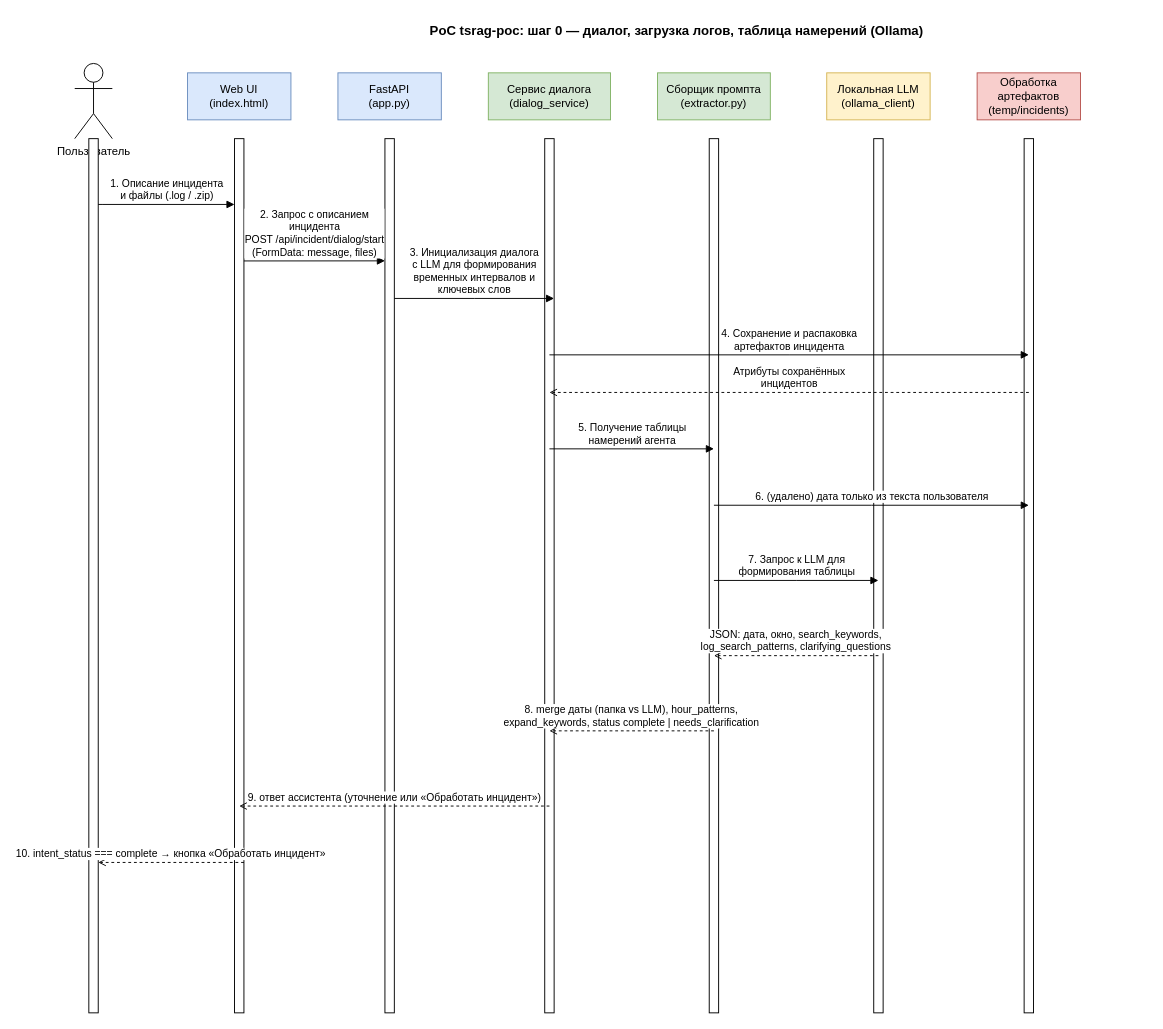
The draw.io diagram page "Шаг 0 — Диалог и intent table" (1 of 4) of docs/tsrag-poc-sequence.drawio in pillhunt/tsrag-poc, before the edit. Source tidied: cells renumbered, new cells numbered last; positions are measured from the earlier drawing's top-left corner, leaving out a move shared by most shapes. Both pictures are drawn from the tidied source at 94%, with x=0, y=0 at pixel (74, -186).
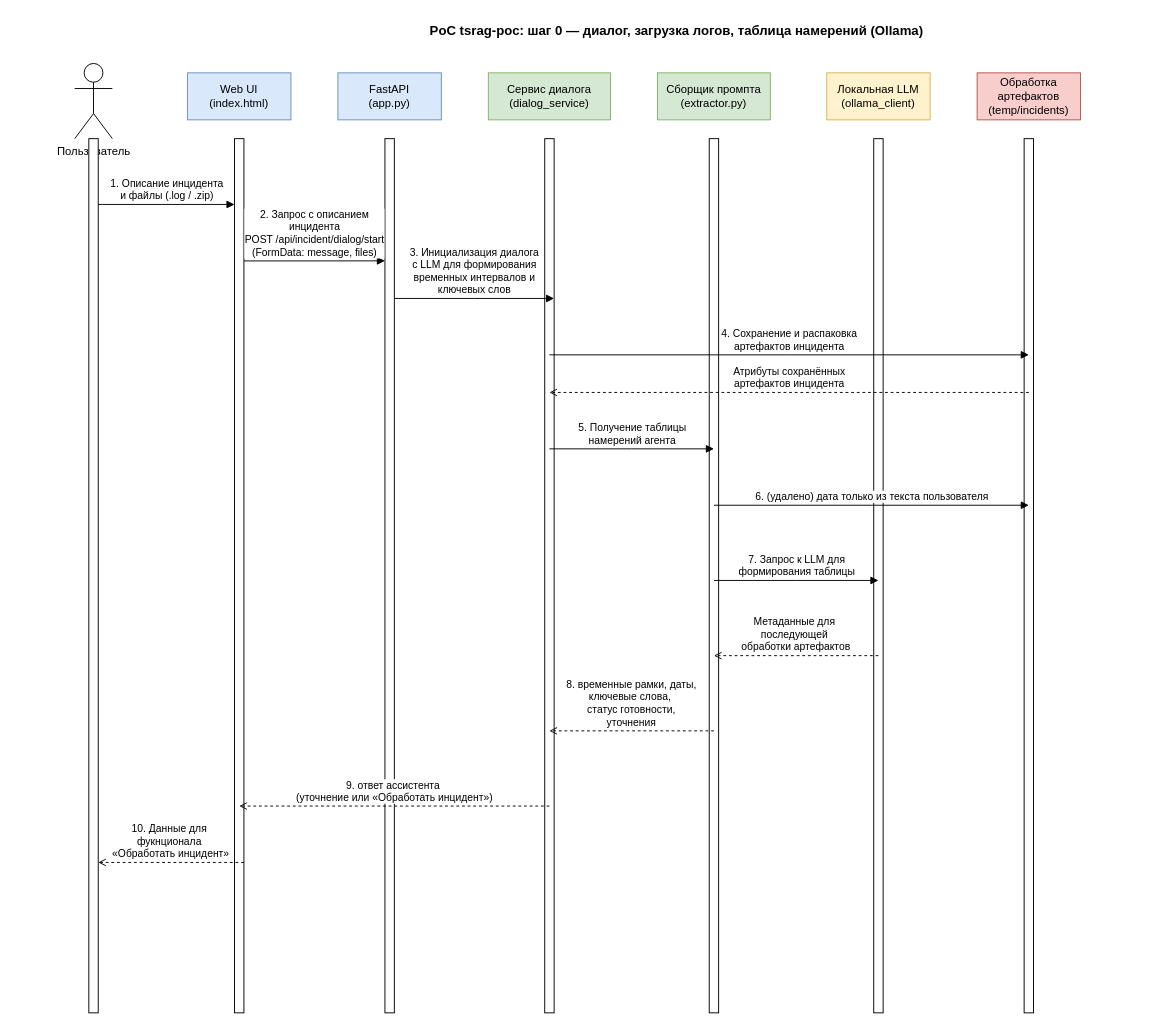
Above is the later version.

The edit, as a diff of the source:
```diff
@@
-    <mxCell id="21" value="Атрибуты сохранённых&lt;br&gt;инцидентов" style="html=1;verticalAlign=bottom;endArrow=open;dashed=1;edgeStyle=elbowEdgeStyle;elbow=vertical;curved=0;rounded=0;" parent="1" edge="1">
+    <mxCell id="21" value="Атрибуты сохранённых&lt;br&gt;артефактов инцидента" style="html=1;verticalAlign=bottom;endArrow=open;dashed=1;edgeStyle=elbowEdgeStyle;elbow=vertical;curved=0;rounded=0;" parent="1" edge="1">
       <mxGeometry relative="1" as="geometry">
         <mxPoint x="1015" y="615" as="sourcePoint" />
         <mxPoint x="505" y="615" as="targetPoint" />
       </mxGeometry>
     </mxCell>
@@
-    <mxCell id="25" value="JSON: дата, окно, search_keywords,&#10;log_search_patterns, clarifying_questions" style="html=1;verticalAlign=bottom;endArrow=open;dashed=1;edgeStyle=elbowEdgeStyle;elbow=vertical;curved=0;rounded=0;" parent="1" edge="1">
+    <mxCell id="25" value="Метаданные для&amp;nbsp;&lt;div&gt;последующей&amp;nbsp;&lt;div&gt;обработки артефактов&lt;/div&gt;&lt;/div&gt;" style="html=1;verticalAlign=bottom;endArrow=open;dashed=1;edgeStyle=elbowEdgeStyle;elbow=vertical;curved=0;rounded=0;" parent="1" edge="1">
       <mxGeometry relative="1" as="geometry">
         <mxPoint x="855" y="895" as="sourcePoint" />
         <mxPoint x="680" y="895" as="targetPoint" />
       </mxGeometry>
     </mxCell>
-    <mxCell id="26" value="8. merge даты (папка vs LLM), hour_patterns,&#10;expand_keywords, status complete | needs_clarification" style="html=1;verticalAlign=bottom;endArrow=open;dashed=1;edgeStyle=elbowEdgeStyle;elbow=vertical;curved=0;rounded=0;" parent="1" edge="1">
+    <mxCell id="26" value="8. временные рамки, даты,&lt;br&gt;ключевые слова,&amp;nbsp;&lt;div&gt;статус готовности, &lt;br&gt;уточнения&lt;/div&gt;" style="html=1;verticalAlign=bottom;endArrow=open;dashed=1;edgeStyle=elbowEdgeStyle;elbow=vertical;curved=0;rounded=0;" parent="1" edge="1">
       <mxGeometry relative="1" as="geometry">
         <mxPoint x="680" y="975" as="sourcePoint" />
         <mxPoint x="505" y="975" as="targetPoint" />
       </mxGeometry>
     </mxCell>
-    <mxCell id="27" value="9. ответ ассистента (уточнение или «Обработать инцидент»)" style="html=1;verticalAlign=bottom;endArrow=open;dashed=1;edgeStyle=elbowEdgeStyle;elbow=vertical;curved=0;rounded=0;" parent="1" edge="1">
+    <mxCell id="27" value="9. ответ ассистента&amp;nbsp;&lt;div&gt;(уточнение или «Обработать инцидент»)&lt;/div&gt;" style="html=1;verticalAlign=bottom;endArrow=open;dashed=1;edgeStyle=elbowEdgeStyle;elbow=vertical;curved=0;rounded=0;" parent="1" edge="1">
       <mxGeometry relative="1" as="geometry">
         <mxPoint x="505" y="1055" as="sourcePoint" />
         <mxPoint x="175" y="1055" as="targetPoint" />
       </mxGeometry>
     </mxCell>
-    <mxCell id="28" value="10. intent_status === complete → кнопка «Обработать инцидент»" style="html=1;verticalAlign=bottom;endArrow=open;dashed=1;edgeStyle=elbowEdgeStyle;elbow=vertical;curved=0;rounded=0;" parent="1" edge="1">
+    <mxCell id="28" value="10. Данные для&amp;nbsp;&lt;div&gt;фукнционала&amp;nbsp;&lt;/div&gt;&lt;div&gt;«Обработать инцидент»&lt;/div&gt;" style="html=1;verticalAlign=bottom;endArrow=open;dashed=1;edgeStyle=elbowEdgeStyle;elbow=vertical;curved=0;rounded=0;" parent="1" edge="1">
       <mxGeometry relative="1" as="geometry">
         <mxPoint x="180" y="1115" as="sourcePoint" />
         <mxPoint x="25" y="1115" as="targetPoint" />
       </mxGeometry>
     </mxCell>
```
